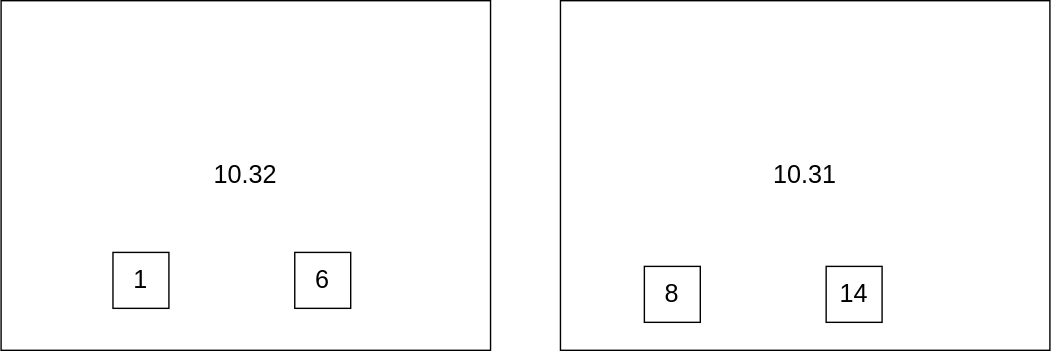
Earlier version of the draw.io export currentdevtestinfrastructures_tobecleaned.svg (vjavle/invoicecloud). Source tidied: cells renumbered, new cells last; positions are measured from the earlier drawing's top-left corner, leaving out a move shared by most shapes.
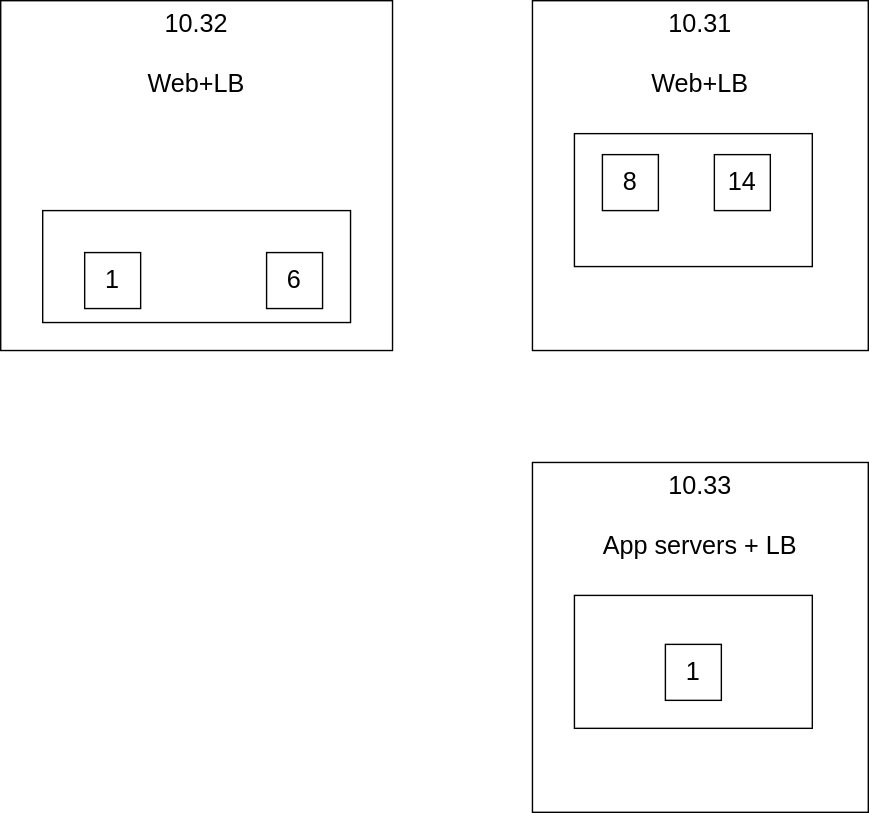
Above is the later version.

The edit, as a diff of the source:
```diff
@@ -2,12 +2,18 @@
   <root>
     <mxCell id="0" />
     <mxCell id="1" parent="0" />
-    <mxCell id="2" value="10.32" style="rounded=0;whiteSpace=wrap;html=1;fontSize=18;" parent="1" vertex="1">
-      <mxGeometry width="350" height="250" as="geometry" />
+    <mxCell id="2" value="10.32&lt;br&gt;&lt;br&gt;Web+LB" style="rounded=0;whiteSpace=wrap;html=1;fontSize=18;verticalAlign=top;" parent="1" vertex="1">
+      <mxGeometry x="20" width="280" height="250" as="geometry" />
     </mxCell>
+    <mxCell id="8" style="rounded=0;whiteSpace=wrap;html=1;fontSize=18;" parent="1" vertex="1">
+      <mxGeometry x="50" y="150" width="220" height="80" as="geometry" />
+    </mxCell>
-    <mxCell id="3" value="10.31" style="rounded=0;whiteSpace=wrap;html=1;fontSize=18;" parent="1" vertex="1">
-      <mxGeometry x="400" width="350" height="250" as="geometry" />
+    <mxCell id="3" value="10.31&lt;br&gt;&lt;br&gt;Web+LB" style="rounded=0;whiteSpace=wrap;html=1;fontSize=18;verticalAlign=top;" parent="1" vertex="1">
+      <mxGeometry x="400" width="240" height="250" as="geometry" />
     </mxCell>
+    <mxCell id="9" style="rounded=0;whiteSpace=wrap;html=1;fontSize=18;" parent="1" vertex="1">
+      <mxGeometry x="430" y="95" width="170" height="95" as="geometry" />
+    </mxCell>
     <mxCell id="4" value="1" style="whiteSpace=wrap;html=1;fontSize=18;" parent="1" vertex="1">
       <mxGeometry x="80" y="180" width="40" height="40" as="geometry" />
     </mxCell>
@@ -15,10 +21,19 @@
       <mxGeometry x="210" y="180" width="40" height="40" as="geometry" />
     </mxCell>
     <mxCell id="6" value="8" style="whiteSpace=wrap;html=1;fontSize=18;" parent="1" vertex="1">
-      <mxGeometry x="460" y="190" width="40" height="40" as="geometry" />
+      <mxGeometry x="450" y="110" width="40" height="40" as="geometry" />
     </mxCell>
     <mxCell id="7" value="14" style="whiteSpace=wrap;html=1;fontSize=18;" parent="1" vertex="1">
-      <mxGeometry x="590" y="190" width="40" height="40" as="geometry" />
+      <mxGeometry x="530" y="110" width="40" height="40" as="geometry" />
     </mxCell>
+    <mxCell id="10" value="10.33&lt;br&gt;&lt;br&gt;App servers + LB" style="rounded=0;whiteSpace=wrap;html=1;fontSize=18;verticalAlign=top;" parent="1" vertex="1">
+      <mxGeometry x="400" y="330" width="240" height="250" as="geometry" />
+    </mxCell>
+    <mxCell id="11" style="rounded=0;whiteSpace=wrap;html=1;fontSize=18;" parent="1" vertex="1">
+      <mxGeometry x="430" y="425" width="170" height="95" as="geometry" />
+    </mxCell>
+    <mxCell id="12" value="1" style="whiteSpace=wrap;html=1;fontSize=18;" parent="1" vertex="1">
+      <mxGeometry x="495" y="460" width="40" height="40" as="geometry" />
+    </mxCell>
   </root>
 </mxGraphModel>
```
